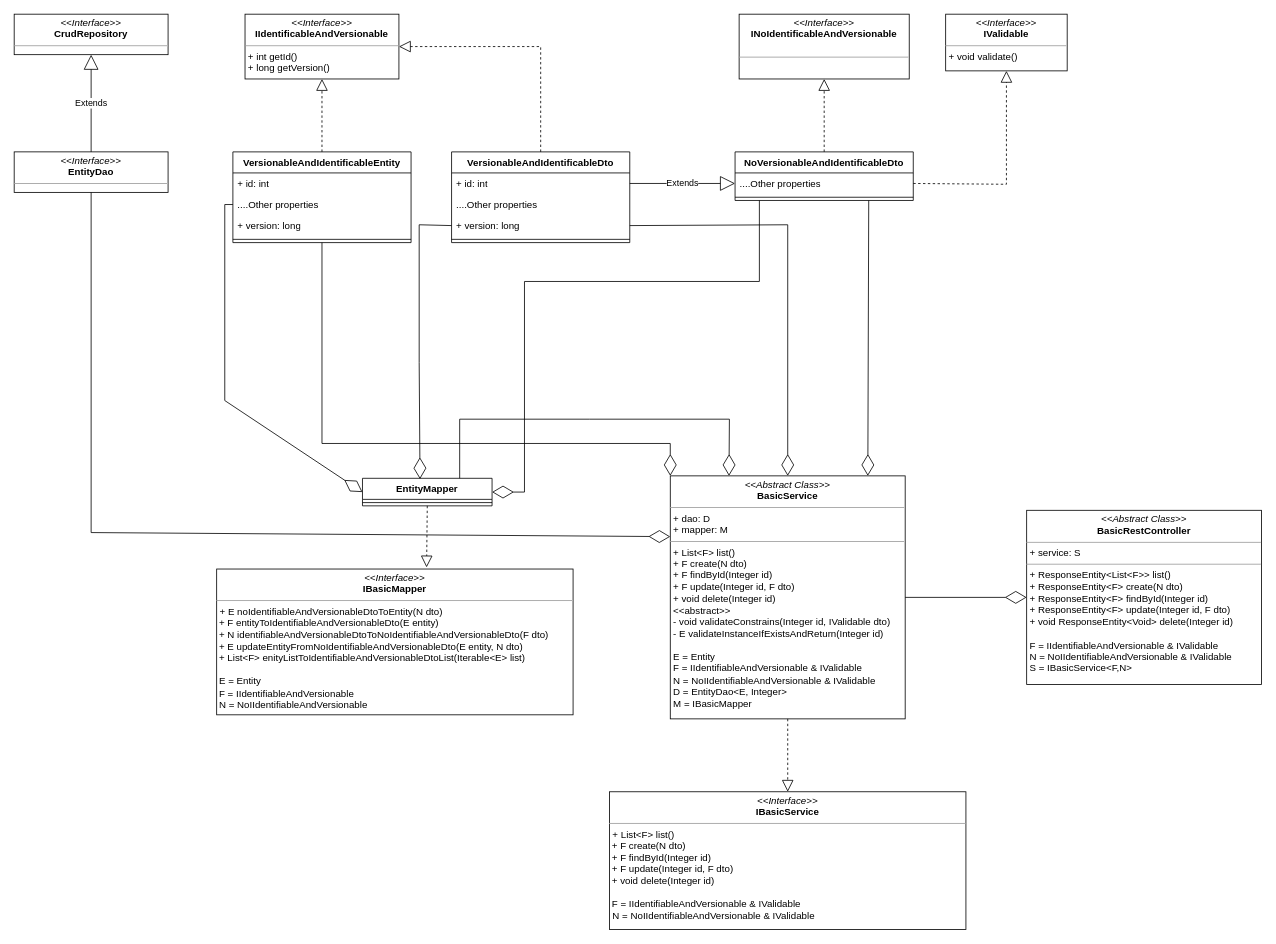
jchuquen/academic-register-services keeps this draw.io diagram as page "Basic Entity Service" (2 of 2) of src/main/resources/Project Diagrams.drawio. Above is the earlier version. Source tidied: cells renumbered, new cells numbered last; positions are measured from the earlier drawing's top-left corner, leaving out a move shared by most shapes. Both pictures are drawn from the tidied source at 81%, with x=0, y=0 at pixel (14, 14).
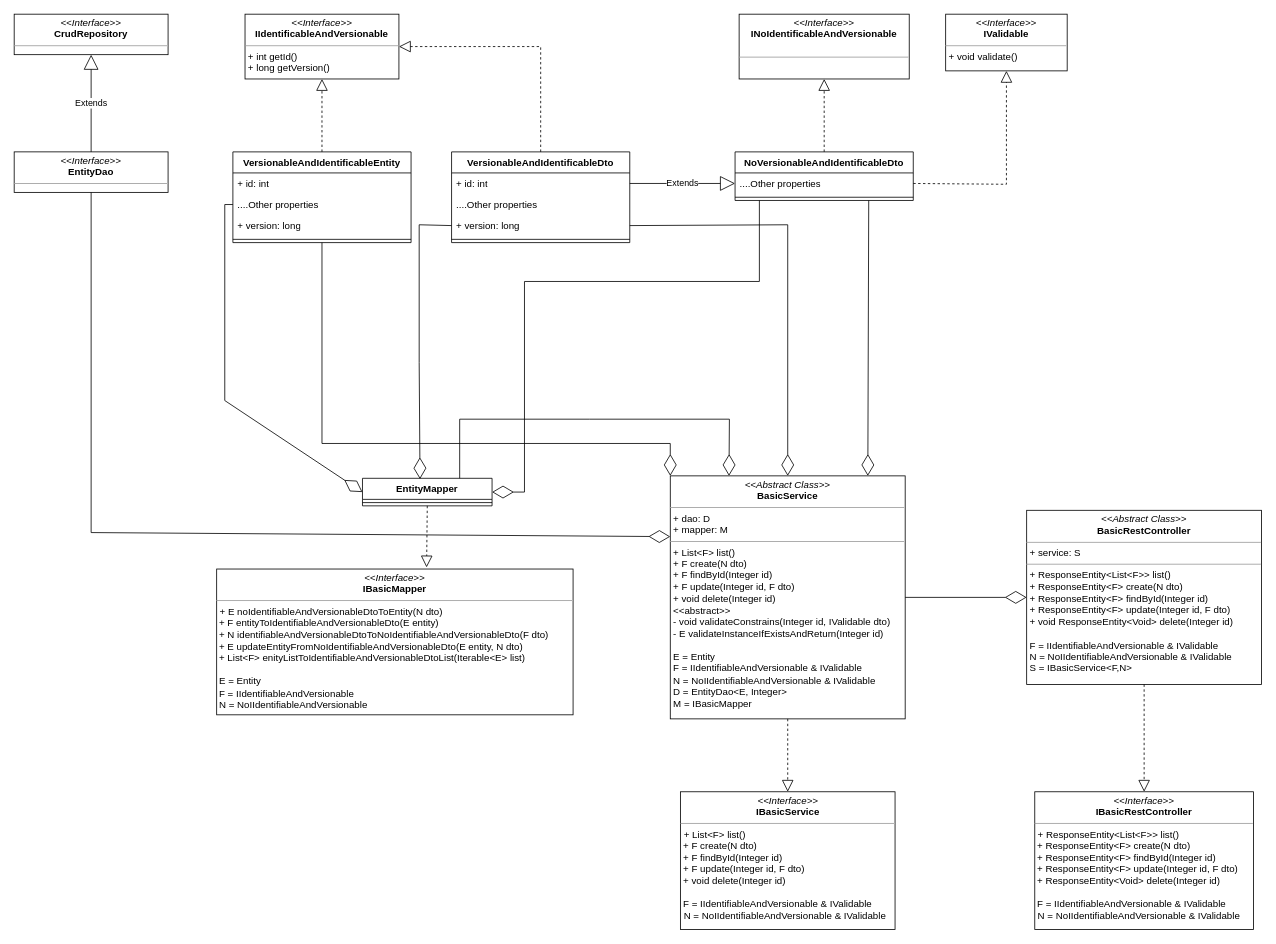
The same page after the edit.

The change refers to these unchanged cells:
```xml
<mxCell id="41" value="&lt;p style=&quot;margin:0px;margin-top:4px;text-align:center;&quot;&gt;&lt;i&gt;&amp;lt;&amp;lt;Abstract Class&amp;gt;&amp;gt;&lt;/i&gt;&lt;br&gt;&lt;b&gt;BasicRestController&lt;/b&gt;&lt;br&gt;&lt;/p&gt;&lt;hr size=&quot;1&quot;&gt;&lt;p style=&quot;margin:0px;margin-left:4px;&quot;&gt;+ service: S&lt;br&gt;&lt;/p&gt;&lt;hr size=&quot;1&quot;&gt;&lt;p style=&quot;margin:0px;margin-left:4px;&quot;&gt;+ ResponseEntity&amp;lt;List&amp;lt;F&amp;gt;&amp;gt; list()&lt;br&gt;+ ResponseEntity&amp;lt;F&amp;gt; create(N dto)&lt;/p&gt;&lt;p style=&quot;margin:0px;margin-left:4px;&quot;&gt;+&amp;nbsp;ResponseEntity&amp;lt;F&amp;gt; findById(Integer id)&lt;/p&gt;&lt;p style=&quot;margin:0px;margin-left:4px;&quot;&gt;+&amp;nbsp;ResponseEntity&amp;lt;F&amp;gt; update(&lt;span style=&quot;background-color: initial;&quot;&gt;Integer id,&amp;nbsp;&lt;/span&gt;&lt;span style=&quot;background-color: initial;&quot;&gt;F dto)&lt;/span&gt;&lt;/p&gt;&lt;p style=&quot;margin:0px;margin-left:4px;&quot;&gt;+&amp;nbsp;void ResponseEntity&amp;lt;Void&amp;gt; delete(Integer id)&lt;/p&gt;&lt;p style=&quot;margin:0px;margin-left:4px;&quot;&gt;&lt;br&gt;&lt;/p&gt;&lt;p style=&quot;margin:0px;margin-left:4px;&quot;&gt;F = IIdentifiableAndVersionable&amp;nbsp;&amp;amp; IValidable&lt;/p&gt;&lt;p style=&quot;margin:0px;margin-left:4px;&quot;&gt;N = NoIIdentifiableAndVersionable&amp;nbsp;&amp;amp; IValidable&lt;br&gt;&lt;/p&gt;&lt;p style=&quot;margin:0px;margin-left:4px;&quot;&gt;S =&amp;nbsp;IBasicService&amp;lt;F,N&amp;gt;&lt;/p&gt;" style="verticalAlign=top;align=left;overflow=fill;fontSize=12;fontFamily=Helvetica;html=1;whiteSpace=wrap;" parent="1" vertex="1">
  <mxGeometry x="1250" y="612.5" width="290" height="215" as="geometry" />
</mxCell>
```

Change to the diagram source:
```diff
@@
     <mxCell id="39" value="&lt;p style=&quot;margin:0px;margin-top:4px;text-align:center;&quot;&gt;&lt;i&gt;&amp;lt;&amp;lt;Interface&amp;gt;&amp;gt;&lt;/i&gt;&lt;br&gt;&lt;b style=&quot;border-color: var(--border-color); background-color: initial;&quot;&gt;IBasicService&lt;/b&gt;&lt;/p&gt;&lt;hr size=&quot;1&quot;&gt;&lt;p style=&quot;margin:0px;margin-left:4px;&quot;&gt;+ List&amp;lt;F&amp;gt; list()&lt;/p&gt;&amp;nbsp;+ F create(N dto)&lt;br&gt;&amp;nbsp;+&amp;nbsp;F findById(Integer id)&lt;br&gt;&amp;nbsp;+ F update(Integer id, F dto)&lt;br&gt;&amp;nbsp;+ void delete(Integer id)&lt;br&gt;&lt;br&gt;&amp;nbsp;F = IIdentifiableAndVersionable&amp;nbsp;&amp;amp; IValidable&lt;p style=&quot;border-color: var(--border-color); margin: 0px 0px 0px 4px;&quot;&gt;N = NoIIdentifiableAndVersionable&amp;nbsp;&amp;amp; IValidable&lt;/p&gt;&amp;nbsp;" style="verticalAlign=top;align=left;overflow=fill;fontSize=12;fontFamily=Helvetica;html=1;whiteSpace=wrap;" parent="1" vertex="1">
-      <mxGeometry x="735" y="960" width="440" height="170" as="geometry" />
+      <mxGeometry x="822.5" y="960" width="265" height="170" as="geometry" />
     </mxCell>
@@
+    <mxCell id="43" value="&lt;p style=&quot;margin:0px;margin-top:4px;text-align:center;&quot;&gt;&lt;i&gt;&amp;lt;&amp;lt;Interface&amp;gt;&amp;gt;&lt;/i&gt;&lt;br&gt;&lt;b style=&quot;border-color: var(--border-color); background-color: initial;&quot;&gt;IBasicRestController&lt;/b&gt;&lt;/p&gt;&lt;hr size=&quot;1&quot;&gt;&lt;p style=&quot;margin:0px;margin-left:4px;&quot;&gt;+ ResponseEntity&amp;lt;List&amp;lt;F&amp;gt;&amp;gt; list()&lt;/p&gt;&amp;nbsp;+ ResponseEntity&amp;lt;F&amp;gt; create(N dto)&lt;br&gt;&amp;nbsp;+&amp;nbsp;ResponseEntity&amp;lt;F&amp;gt; findById(Integer id)&lt;br&gt;&amp;nbsp;+ ResponseEntity&amp;lt;F&amp;gt; update(Integer id, F dto)&lt;br&gt;&amp;nbsp;+ ResponseEntity&amp;lt;Void&amp;gt; delete(Integer id)&lt;br&gt;&lt;br&gt;&amp;nbsp;F = IIdentifiableAndVersionable&amp;nbsp;&amp;amp; IValidable&lt;p style=&quot;border-color: var(--border-color); margin: 0px 0px 0px 4px;&quot;&gt;N = NoIIdentifiableAndVersionable&amp;nbsp;&amp;amp; IValidable&lt;/p&gt;&amp;nbsp;" style="verticalAlign=top;align=left;overflow=fill;fontSize=12;fontFamily=Helvetica;html=1;whiteSpace=wrap;" parent="1" vertex="1">
+      <mxGeometry x="1260" y="960" width="270" height="170" as="geometry" />
+    </mxCell>
+    <mxCell id="44" style="endArrow=block;dashed=1;endFill=0;endSize=12;html=1;rounded=0;exitX=0.5;exitY=1;exitDx=0;exitDy=0;entryX=0.5;entryY=0;entryDx=0;entryDy=0;" parent="1" edge="1" source="41" target="43">
+      <mxGeometry relative="1" as="geometry" />
+    </mxCell>
```
